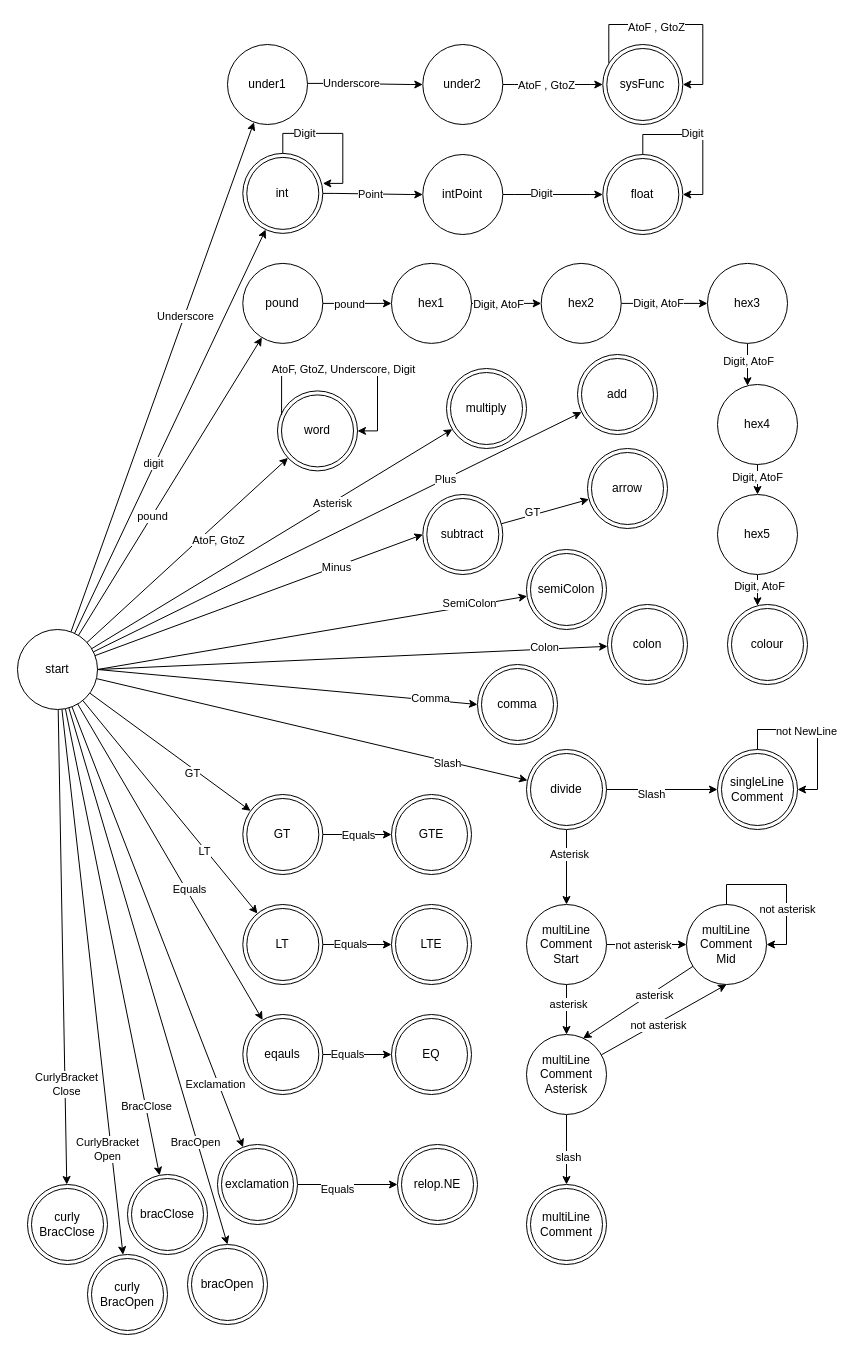
Above: docs/lexer DSA.drawio in wayne1512/CPS2000-compiler (draw.io), before the change. Source tidied: cells renumbered, new cells numbered last; positions are measured from the earlier drawing's top-left corner, leaving out a move shared by most shapes. Both pictures are drawn from the tidied source at 100%, with x=0, y=0 at pixel (17, 44).
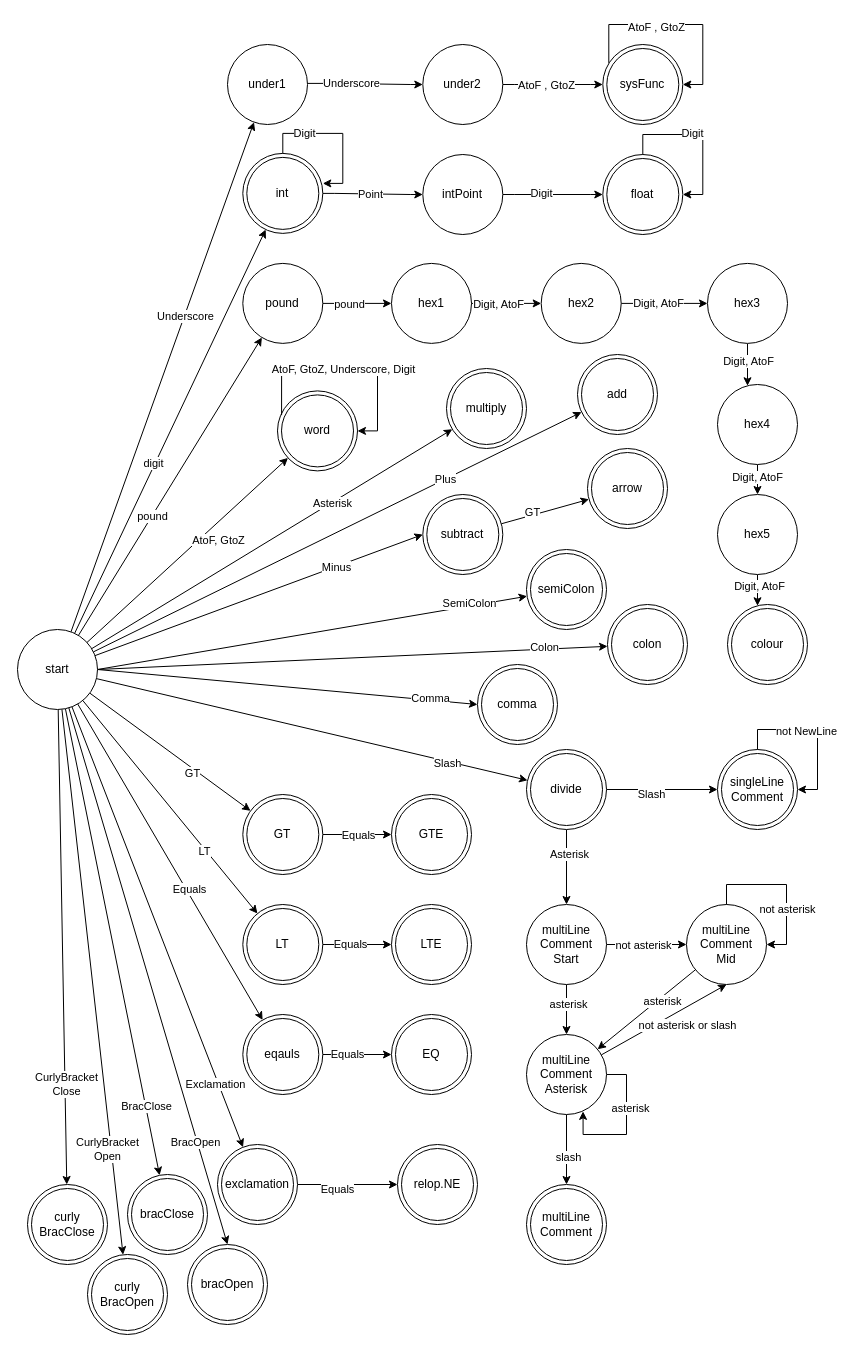
After the change.

The change refers to these unchanged cells:
```xml
<mxCell id="127" value="multiLine&lt;br&gt;Comment&lt;br&gt;Mid" style="ellipse;whiteSpace=wrap;html=1;fontFamily=Helvetica;fontSize=12;fontColor=default;align=center;strokeColor=default;fillColor=default;" parent="1" vertex="1">
  <mxGeometry x="669" y="860" width="80" height="80" as="geometry" />
</mxCell>
<mxCell id="128" style="edgeStyle=none;rounded=0;jettySize=auto;html=1;entryX=0.5;entryY=1;entryDx=0;entryDy=0;" parent="1" edge="1" source="133" target="127">
  <mxGeometry relative="1" as="geometry" />
</mxCell>
<mxCell id="133" value="multiLine&lt;br&gt;Comment&lt;br&gt;Asterisk" style="ellipse;whiteSpace=wrap;html=1;fontFamily=Helvetica;fontSize=12;fontColor=default;align=center;strokeColor=default;fillColor=default;" parent="1" vertex="1">
  <mxGeometry x="509" y="990" width="80" height="80" as="geometry" />
</mxCell>
```

What changed in the source:
```diff
@@
-    <mxCell id="125" style="edgeStyle=none;rounded=0;jettySize=auto;html=1;entryX=0.707;entryY=0.049;entryDx=0;entryDy=0;entryPerimeter=0;" parent="1" edge="1" source="127" target="133">
+    <mxCell id="125" style="edgeStyle=orthogonalEdgeStyle;rounded=0;orthogonalLoop=1;jettySize=auto;html=1;entryX=0.707;entryY=0.961;entryDx=0;entryDy=0;entryPerimeter=0;exitX=1;exitY=0.5;exitDx=0;exitDy=0;" parent="1" edge="1" source="133" target="133">
       <mxGeometry relative="1" as="geometry" />
     </mxCell>
@@
-    <mxCell id="130" value="not asterisk" style="edgeLabel;html=1;align=center;verticalAlign=middle;" parent="128" vertex="1">
+    <mxCell id="130" value="not asterisk or slash" style="edgeLabel;html=1;align=center;verticalAlign=middle;" parent="128" vertex="1">
       <mxGeometry x="0.27" y="-2" relative="1" as="geometry">
-        <mxPoint x="-24" y="13" as="offset" />
+        <mxPoint x="5" y="13" as="offset" />
       </mxGeometry>
     </mxCell>
@@
+    <mxCell id="137" style="rounded=0;jettySize=auto;html=1;" parent="1" edge="1" source="127" target="133">
+      <mxGeometry relative="1" as="geometry" />
+    </mxCell>
+    <mxCell id="138" value="asterisk" style="edgeLabel;html=1;align=center;verticalAlign=middle;" parent="137" vertex="1">
+      <mxGeometry x="-0.27" y="3" relative="1" as="geometry" />
+    </mxCell>
```
